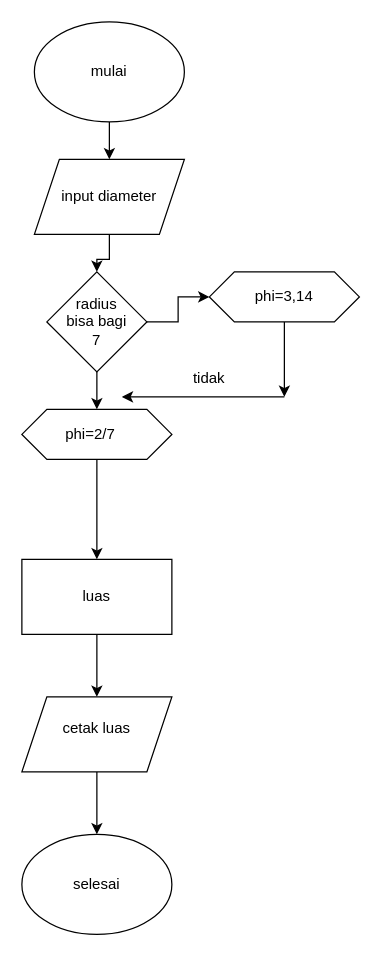
Above: menghitung luas lingkaran.drawio in Irsyadhakki/algo_A_23241004 (draw.io), before the change. Source tidied: cells renumbered, new cells numbered last; positions are measured from the earlier drawing's top-left corner, leaving out a move shared by most shapes. Both pictures are drawn from the tidied source at 125%, with x=0, y=0 at pixel (21, 21).
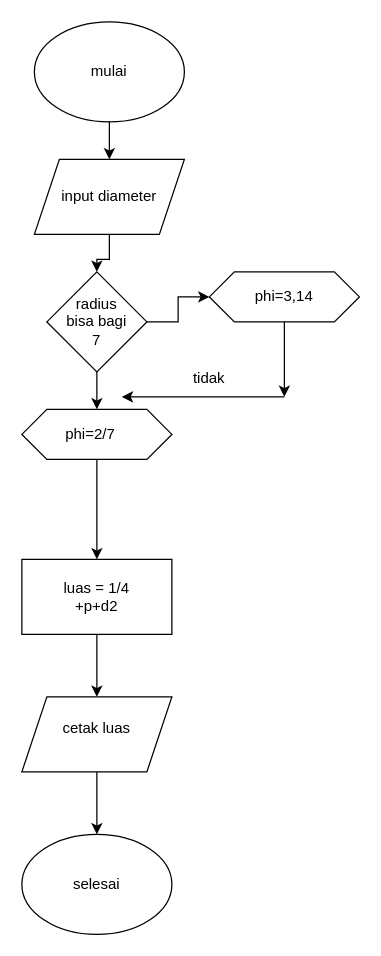
Above is the later version.

Change to the diagram source:
```diff
@@
-    <mxCell id="27" value="luas" style="text;strokeColor=none;align=center;fillColor=none;html=1;verticalAlign=middle;whiteSpace=wrap;rounded=0;" parent="1" vertex="1">
+    <mxCell id="27" value="luas = 1/4 +p+d2" style="text;strokeColor=none;align=center;fillColor=none;html=1;verticalAlign=middle;whiteSpace=wrap;rounded=0;" parent="1" vertex="1">
       <mxGeometry x="30" y="445" width="60" height="30" as="geometry" />
     </mxCell>
```
